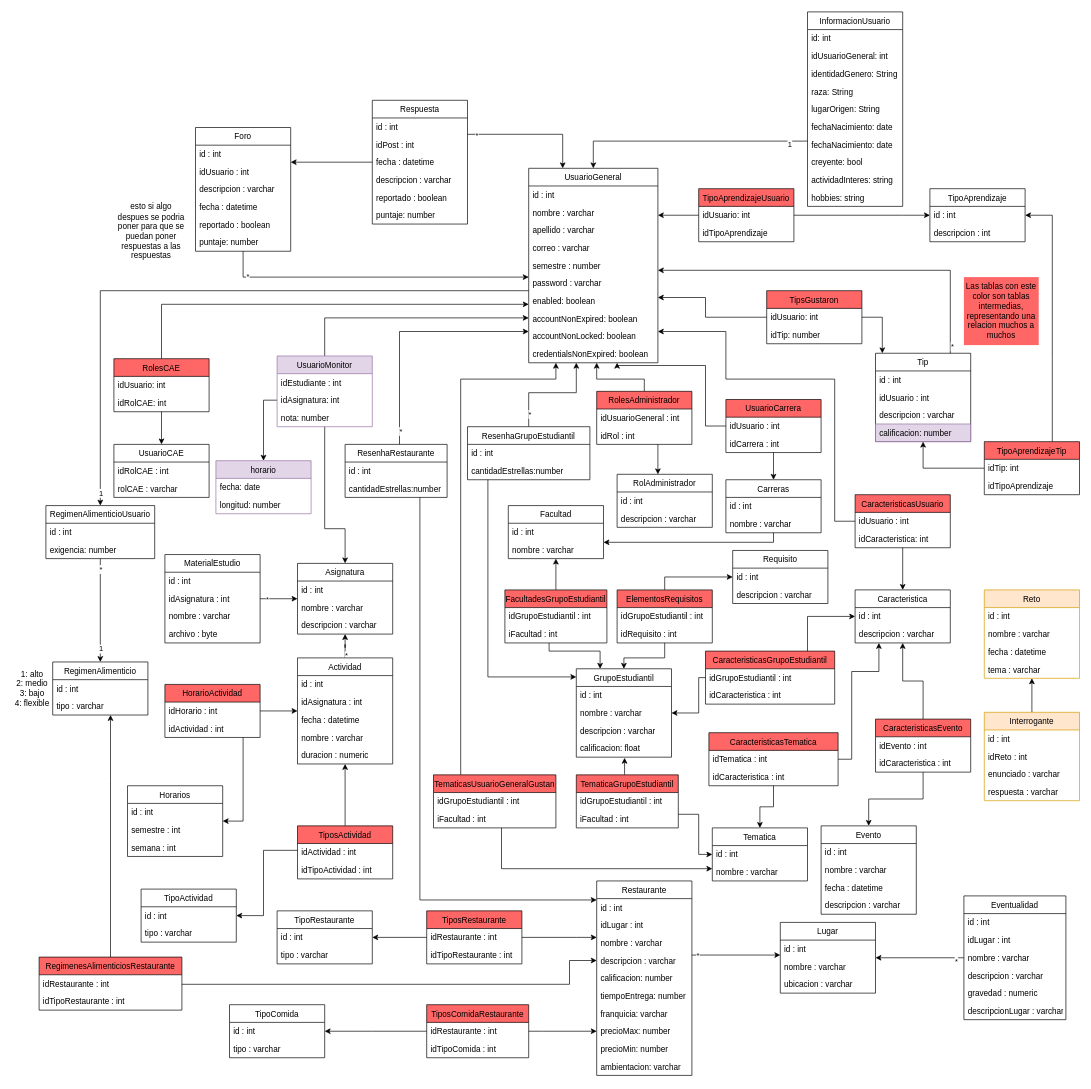
This is diagramas/persistencia.drawio from Campus-Connect-PUJ/Campus-Connect-Back, a draw.io file, before an edit. Source tidied: cells renumbered, new cells numbered last; positions are measured from the earlier drawing's top-left corner, leaving out a move shared by most shapes. Both pictures are drawn from the tidied source at 68%, with x=0, y=0 at pixel (12, 12).
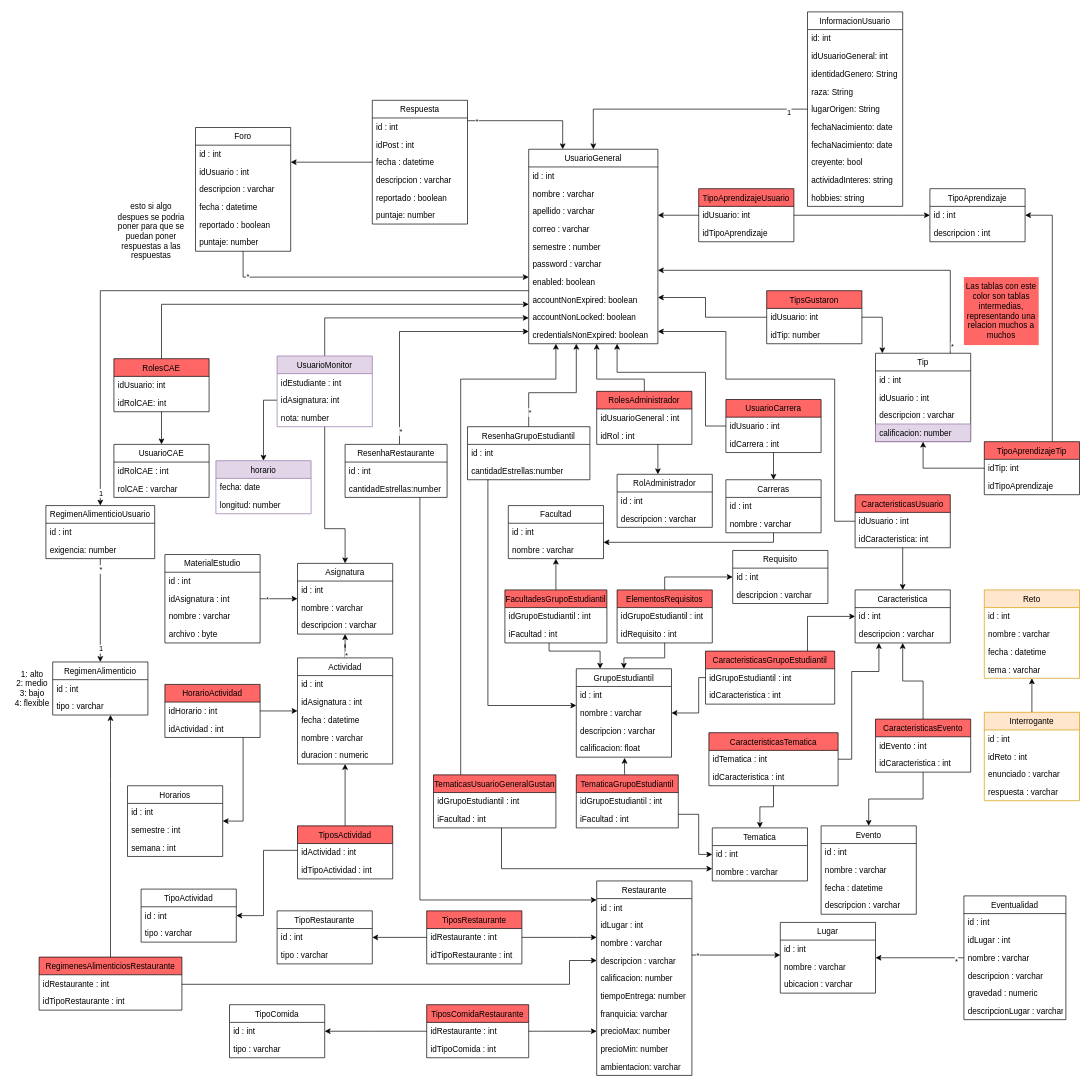
After the change.

The change refers to these unchanged cells:
```xml
<mxCell id="23" value="UsuarioCarrera" style="swimlane;fontStyle=0;horizontal=1;startSize=26;fillColor=#FF6666;" parent="1" vertex="1">
  <mxGeometry x="1050" y="570" width="140" height="78" as="geometry" />
</mxCell>
<mxCell id="59" value="Respuesta" style="swimlane;fontStyle=0;horizontal=1;startSize=26;fillColor=none;" parent="1" vertex="1">
  <mxGeometry x="530" y="130" width="140" height="182" as="geometry" />
</mxCell>
<mxCell id="66" value="GrupoEstudiantil" style="swimlane;fontStyle=0;horizontal=1;startSize=26;fillColor=none;" parent="1" vertex="1">
  <mxGeometry x="830" y="966" width="140" height="130" as="geometry" />
</mxCell>
<mxCell id="174" value="InformacionUsuario" style="swimlane;fontStyle=0;horizontal=1;startSize=26;fillColor=none;" parent="1" vertex="1">
  <mxGeometry x="1170" width="140" height="286" as="geometry" />
</mxCell>
<mxCell id="263" value="ResenhaGrupoEstudiantil" style="swimlane;fontStyle=0;horizontal=1;startSize=26;" parent="1" vertex="1">
  <mxGeometry x="670" y="610" width="180" height="78" as="geometry" />
</mxCell>
```

Diff of the diagram source:
```diff
@@
     <mxCell id="2" value="UsuarioGeneral" style="swimlane;fontStyle=0;horizontal=1;startSize=26;fillColor=none;" parent="1" vertex="1">
-      <mxGeometry x="760" y="230" width="190" height="286" as="geometry" />
+      <mxGeometry x="760" y="202" width="190" height="286" as="geometry" />
     </mxCell>
@@
     <mxCell id="21" style="edgeStyle=orthogonalEdgeStyle;rounded=0;jettySize=auto;html=1;" parent="1" edge="1" source="23" target="2">
       <mxGeometry relative="1" as="geometry">
         <Array as="points">
           <mxPoint x="1020" y="609" />
-          <mxPoint x="1020" y="520" />
-          <mxPoint x="890" y="520" />
+          <mxPoint x="1020" y="530" />
+          <mxPoint x="890" y="530" />
         </Array>
       </mxGeometry>
     </mxCell>
@@
     <mxCell id="185" style="edgeStyle=orthogonalEdgeStyle;rounded=0;jettySize=auto;html=1;" parent="1" edge="1" source="174" target="2">
       <mxGeometry relative="1" as="geometry">
         <Array as="points">
-          <mxPoint x="855" y="190" />
+          <mxPoint x="855" y="143" />
         </Array>
       </mxGeometry>
     </mxCell>
@@
     <mxCell id="213" style="edgeStyle=orthogonalEdgeStyle;rounded=0;jettySize=auto;html=1;" parent="1" edge="1" source="59" target="2">
       <mxGeometry relative="1" as="geometry">
         <Array as="points">
-          <mxPoint x="810" y="180" />
+          <mxPoint x="810" y="160" />
         </Array>
       </mxGeometry>
     </mxCell>
@@
-    <mxCell id="266" style="edgeStyle=orthogonalEdgeStyle;rounded=0;jettySize=auto;html=1;entryX=0;entryY=0.092;entryDx=0;entryDy=0;entryPerimeter=0;" parent="1" edge="1" source="263" target="66">
+    <mxCell id="266" style="edgeStyle=orthogonalEdgeStyle;rounded=0;jettySize=auto;html=1;" parent="1" edge="1" source="263" target="66">
       <mxGeometry relative="1" as="geometry">
         <Array as="points">
-          <mxPoint x="700" y="978" />
+          <mxPoint x="700" y="1020" />
         </Array>
       </mxGeometry>
     </mxCell>
```
